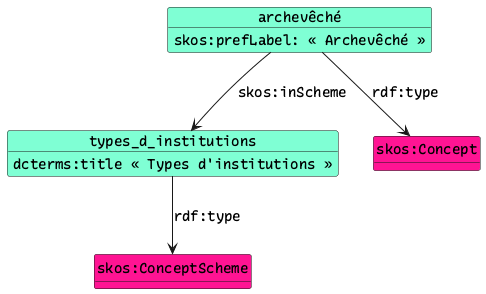
Earlier version of the PlantUML export 20260312-cm-crm/refar-institutions.png (Amleth/communications).
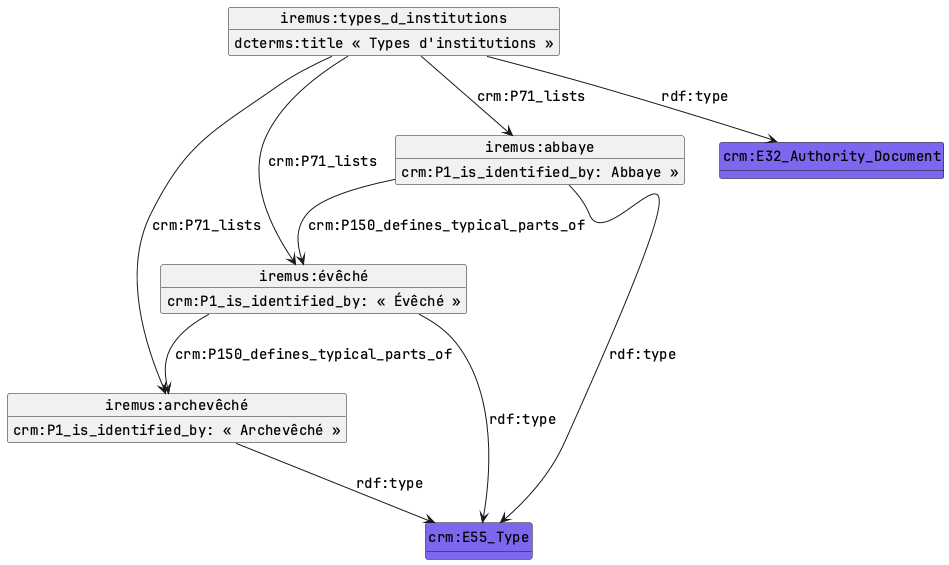
Later version of the same file.

Diff of the diagram source:
```diff
@@ -1,28 +1,40 @@
 @startuml "refar-institutions"
 
-skinparam defaultFontName "Recursive"
+skinparam defaultFontName "Jetbrains Mono"
 skinparam defaultFontSize 14
 hide methods
 hide circle
 
-object archevêché #Aquamarine {
-    skos:prefLabel: « Archevêché »
+object "iremus:archevêché" as o_arc  {
+    crm:P1_is_identified_by: « Archevêché »
 }
 
-object types_d_institutions #Aquamarine {
+object "iremus:évêché" as o_eve  {
+    crm:P1_is_identified_by: « Évêché »
+}
+
+object "iremus:abbaye" as o_abb  {
+    crm:P1_is_identified_by: Abbaye »
+}
+
+object "iremus:types_d_institutions" as o_tdi {
     dcterms:title « Types d'institutions »
 }
 
-class skos:Concept #DeepPink {
+class crm:E55_Type #MediumSlateBlue {}
+class crm:E32_Authority_Document #MediumSlateBlue {}
 
-}
+o_arc --> "crm:E55_Type" : "rdf:type"
+o_eve --> "crm:E55_Type" : "rdf:type"
+o_abb --> "crm:E55_Type" : "rdf:type"
 
-class skos:ConceptScheme #DeepPink {
+o_tdi --> "crm:E32_Authority_Document" : "rdf:type"
 
-}
+o_tdi --> o_arc : "crm:P71_lists"
+o_tdi --> o_eve : "crm:P71_lists"
+o_tdi --> o_abb : "crm:P71_lists"
 
-archevêché --> "skos:Concept" : "rdf:type"
-archevêché --> types_d_institutions : "skos:inScheme"
-types_d_institutions --> "skos:ConceptScheme" : "rdf:type"
+o_eve --> o_arc : "crm:P150_defines_typical_parts_of"
+o_abb --> o_eve : "crm:P150_defines_typical_parts_of"
 
 @enduml
```
